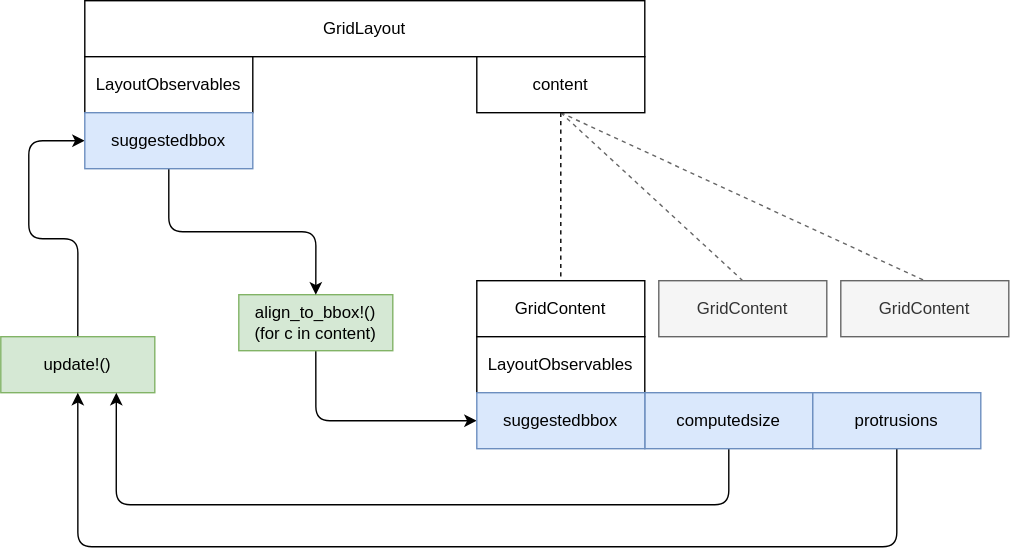
This is gridlayout_updates.drawio.svg from jkrumbiegel/GridLayoutBase.jl, a draw.io export, as it was before one commit. Source tidied: cells renumbered, new cells last; positions are measured from the earlier drawing's top-left corner, leaving out a move shared by most shapes. The source it was exported from:
```xml
<mxGraphModel>
  <root>
    <mxCell id="0" />
    <mxCell id="1" parent="0" />
    <mxCell id="2" value="GridLayout" style="rounded=0;whiteSpace=wrap;html=1;" parent="1" vertex="1">
      <mxGeometry x="60" width="400" height="40" as="geometry" />
    </mxCell>
    <mxCell id="3" style="edgeStyle=orthogonalEdgeStyle;html=1;exitX=0.5;exitY=0;exitDx=0;exitDy=0;entryX=0;entryY=0.5;entryDx=0;entryDy=0;" parent="1" edge="1" source="4" target="19">
      <mxGeometry relative="1" as="geometry">
        <Array as="points">
          <mxPoint x="55" y="170" />
          <mxPoint x="20" y="170" />
          <mxPoint x="20" y="100" />
        </Array>
      </mxGeometry>
    </mxCell>
    <mxCell id="4" value="update!()" style="rounded=0;whiteSpace=wrap;html=1;fillColor=#d5e8d4;strokeColor=#82b366;" parent="1" vertex="1">
      <mxGeometry y="240" width="110" height="40" as="geometry" />
    </mxCell>
    <mxCell id="5" value="LayoutObservables" style="rounded=0;whiteSpace=wrap;html=1;" parent="1" vertex="1">
      <mxGeometry x="60" y="40" width="120" height="40" as="geometry" />
    </mxCell>
    <mxCell id="6" style="edgeStyle=orthogonalEdgeStyle;html=1;exitX=0.5;exitY=1;exitDx=0;exitDy=0;entryX=0;entryY=0.5;entryDx=0;entryDy=0;" parent="1" edge="1" source="7" target="20">
      <mxGeometry relative="1" as="geometry" />
    </mxCell>
    <mxCell id="7" value="align_to_bbox!()&lt;br&gt;(for c in content)" style="rounded=0;whiteSpace=wrap;html=1;fillColor=#d5e8d4;strokeColor=#82b366;" parent="1" vertex="1">
      <mxGeometry x="170" y="210" width="110" height="40" as="geometry" />
    </mxCell>
    <mxCell id="8" style="html=1;exitX=0.5;exitY=1;exitDx=0;exitDy=0;endArrow=none;endFill=0;dashed=1;" parent="1" edge="1" source="11" target="13">
      <mxGeometry relative="1" as="geometry" />
    </mxCell>
    <mxCell id="9" style="html=1;exitX=0.5;exitY=1;exitDx=0;exitDy=0;entryX=0.5;entryY=0;entryDx=0;entryDy=0;endArrow=none;endFill=0;fillColor=#f5f5f5;strokeColor=#666666;dashed=1;" parent="1" edge="1" source="11" target="21">
      <mxGeometry relative="1" as="geometry" />
    </mxCell>
    <mxCell id="10" style="html=1;exitX=0.5;exitY=1;exitDx=0;exitDy=0;entryX=0.5;entryY=0;entryDx=0;entryDy=0;endArrow=none;endFill=0;fillColor=#f5f5f5;strokeColor=#666666;dashed=1;" parent="1" edge="1" source="11" target="22">
      <mxGeometry relative="1" as="geometry" />
    </mxCell>
    <mxCell id="11" value="content" style="rounded=0;whiteSpace=wrap;html=1;" parent="1" vertex="1">
      <mxGeometry x="340" y="40" width="120" height="40" as="geometry" />
    </mxCell>
    <mxCell id="12" style="edgeStyle=orthogonalEdgeStyle;html=1;exitX=0.5;exitY=1;exitDx=0;exitDy=0;entryX=0.75;entryY=1;entryDx=0;entryDy=0;" parent="1" edge="1" source="15" target="4">
      <mxGeometry relative="1" as="geometry">
        <Array as="points">
          <mxPoint x="520" y="360" />
          <mxPoint x="83" y="360" />
        </Array>
      </mxGeometry>
    </mxCell>
    <mxCell id="13" value="GridContent" style="rounded=0;whiteSpace=wrap;html=1;" parent="1" vertex="1">
      <mxGeometry x="340" y="200" width="120" height="40" as="geometry" />
    </mxCell>
    <mxCell id="14" value="LayoutObservables" style="rounded=0;whiteSpace=wrap;html=1;" parent="1" vertex="1">
      <mxGeometry x="340" y="240" width="120" height="40" as="geometry" />
    </mxCell>
    <mxCell id="15" value="computedsize" style="rounded=0;whiteSpace=wrap;html=1;fillColor=#dae8fc;strokeColor=#6c8ebf;" parent="1" vertex="1">
      <mxGeometry x="460" y="280" width="120" height="40" as="geometry" />
    </mxCell>
    <mxCell id="16" style="edgeStyle=orthogonalEdgeStyle;html=1;exitX=0.5;exitY=1;exitDx=0;exitDy=0;entryX=0.5;entryY=1;entryDx=0;entryDy=0;" parent="1" edge="1" source="17" target="4">
      <mxGeometry relative="1" as="geometry">
        <Array as="points">
          <mxPoint x="640" y="390" />
          <mxPoint x="55" y="390" />
        </Array>
      </mxGeometry>
    </mxCell>
    <mxCell id="17" value="protrusions" style="rounded=0;whiteSpace=wrap;html=1;fillColor=#dae8fc;strokeColor=#6c8ebf;" parent="1" vertex="1">
      <mxGeometry x="580" y="280" width="120" height="40" as="geometry" />
    </mxCell>
    <mxCell id="18" style="edgeStyle=orthogonalEdgeStyle;html=1;exitX=0.5;exitY=1;exitDx=0;exitDy=0;entryX=0.5;entryY=0;entryDx=0;entryDy=0;" parent="1" edge="1" source="19" target="7">
      <mxGeometry relative="1" as="geometry" />
    </mxCell>
    <mxCell id="19" value="suggestedbbox" style="rounded=0;whiteSpace=wrap;html=1;fillColor=#dae8fc;strokeColor=#6c8ebf;" parent="1" vertex="1">
      <mxGeometry x="60" y="80" width="120" height="40" as="geometry" />
    </mxCell>
    <mxCell id="20" value="suggestedbbox" style="rounded=0;whiteSpace=wrap;html=1;fillColor=#dae8fc;strokeColor=#6c8ebf;" parent="1" vertex="1">
      <mxGeometry x="340" y="280" width="120" height="40" as="geometry" />
    </mxCell>
    <mxCell id="21" value="GridContent" style="rounded=0;whiteSpace=wrap;html=1;fillColor=#f5f5f5;fontColor=#333333;strokeColor=#666666;" parent="1" vertex="1">
      <mxGeometry x="470" y="200" width="120" height="40" as="geometry" />
    </mxCell>
    <mxCell id="22" value="GridContent" style="rounded=0;whiteSpace=wrap;html=1;fillColor=#f5f5f5;fontColor=#333333;strokeColor=#666666;" parent="1" vertex="1">
      <mxGeometry x="600" y="200" width="120" height="40" as="geometry" />
    </mxCell>
  </root>
</mxGraphModel>
```
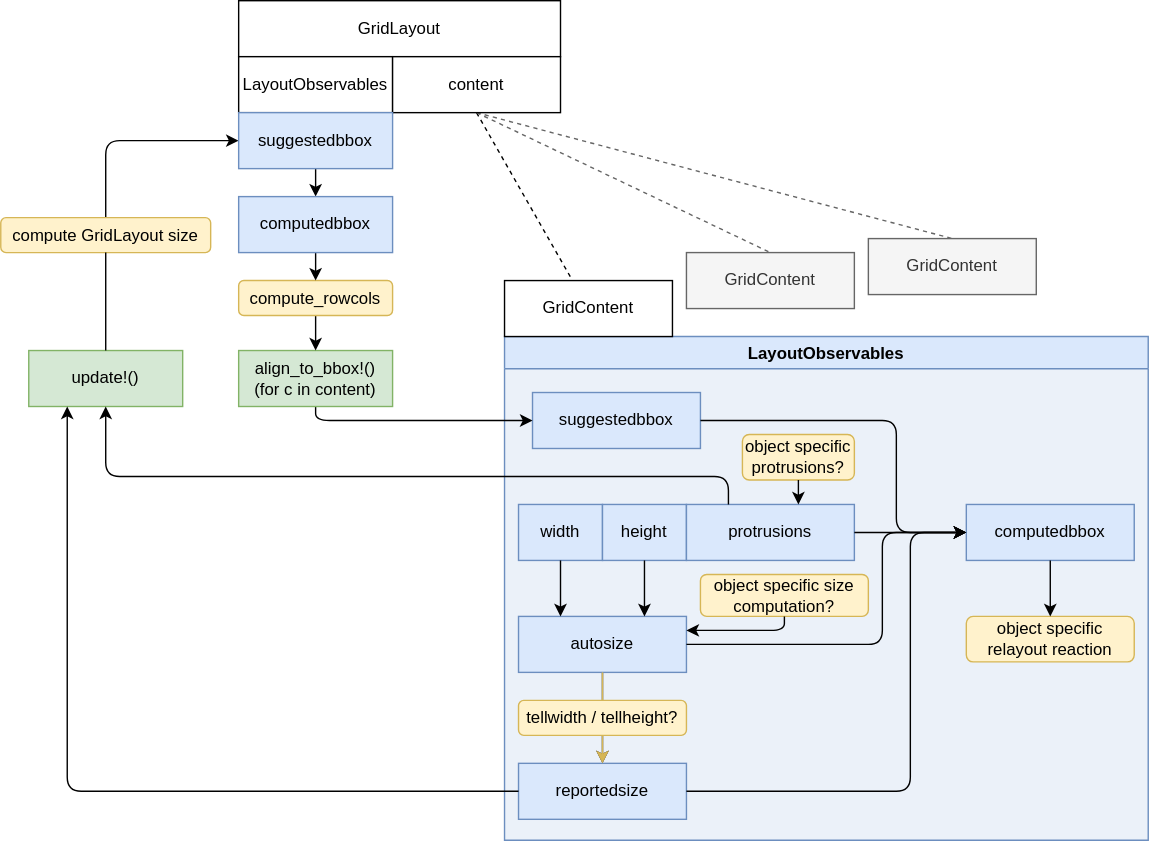
After the change.

What changed in the source:
```diff
@@ -2,29 +2,117 @@
   <root>
     <mxCell id="0" />
     <mxCell id="1" parent="0" />
+    <mxCell id="14" value="LayoutObservables" style="swimlane;fillColor=#dae8fc;strokeColor=#6c8ebf;swimlaneFillColor=#EBF1F9;" parent="1" vertex="1">
+      <mxGeometry x="340" y="240" width="460" height="360" as="geometry" />
+    </mxCell>
+    <mxCell id="20" value="suggestedbbox" style="rounded=0;whiteSpace=wrap;html=1;fillColor=#dae8fc;strokeColor=#6c8ebf;" parent="14" vertex="1">
+      <mxGeometry x="20" y="40" width="120" height="40" as="geometry" />
+    </mxCell>
+    <mxCell id="23" value="object specific protrusions?" style="rounded=1;whiteSpace=wrap;html=1;fillColor=#fff2cc;strokeColor=#d6b656;" parent="14" vertex="1">
+      <mxGeometry x="170" y="70" width="80" height="32.5" as="geometry" />
+    </mxCell>
+    <mxCell id="24" value="width" style="rounded=0;whiteSpace=wrap;html=1;fillColor=#dae8fc;strokeColor=#6c8ebf;" parent="14" vertex="1">
+      <mxGeometry x="10" y="120" width="60" height="40" as="geometry" />
+    </mxCell>
+    <mxCell id="25" value="height" style="rounded=0;whiteSpace=wrap;html=1;fillColor=#dae8fc;strokeColor=#6c8ebf;" parent="14" vertex="1">
+      <mxGeometry x="70" y="120" width="60" height="40" as="geometry" />
+    </mxCell>
+    <mxCell id="17" value="protrusions" style="rounded=0;whiteSpace=wrap;html=1;fillColor=#dae8fc;strokeColor=#6c8ebf;" parent="14" vertex="1">
+      <mxGeometry x="130" y="120" width="120" height="40" as="geometry" />
+    </mxCell>
+    <mxCell id="26" value="object specific size computation?" style="rounded=1;whiteSpace=wrap;html=1;fillColor=#fff2cc;strokeColor=#d6b656;" parent="14" vertex="1">
+      <mxGeometry x="140" y="170" width="120" height="30" as="geometry" />
+    </mxCell>
+    <mxCell id="27" style="edgeStyle=elbowEdgeStyle;html=1;" parent="14" edge="1" source="28" target="15">
+      <mxGeometry relative="1" as="geometry" />
+    </mxCell>
+    <mxCell id="28" value="autosize" style="rounded=0;whiteSpace=wrap;html=1;fillColor=#dae8fc;strokeColor=#6c8ebf;" parent="14" vertex="1">
+      <mxGeometry x="10" y="200" width="120" height="40" as="geometry" />
+    </mxCell>
+    <mxCell id="29" value="tellwidth / tellheight?" style="rounded=1;whiteSpace=wrap;html=1;fillColor=#fff2cc;strokeColor=#d6b656;" parent="14" vertex="1">
+      <mxGeometry x="10" y="260" width="120" height="25" as="geometry" />
+    </mxCell>
+    <mxCell id="15" value="reportedsize" style="rounded=0;whiteSpace=wrap;html=1;fillColor=#dae8fc;strokeColor=#6c8ebf;" parent="14" vertex="1">
+      <mxGeometry x="10" y="305" width="120" height="40" as="geometry" />
+    </mxCell>
+    <mxCell id="30" value="object specific relayout reaction" style="rounded=1;whiteSpace=wrap;html=1;fillColor=#fff2cc;strokeColor=#d6b656;" parent="14" vertex="1">
+      <mxGeometry x="330" y="200" width="120" height="32.5" as="geometry" />
+    </mxCell>
+    <mxCell id="31" value="computedbbox" style="whiteSpace=wrap;html=1;fillColor=#dae8fc;strokeColor=#6c8ebf;" parent="14" vertex="1">
+      <mxGeometry x="330" y="120" width="120" height="40" as="geometry" />
+    </mxCell>
+    <mxCell id="32" style="edgeStyle=elbowEdgeStyle;html=1;exitX=0.5;exitY=1;exitDx=0;exitDy=0;" parent="14" edge="1" source="23">
+      <mxGeometry relative="1" as="geometry">
+        <mxPoint x="210" y="120" as="targetPoint" />
+      </mxGeometry>
+    </mxCell>
+    <mxCell id="33" style="edgeStyle=none;html=1;entryX=0.25;entryY=0;entryDx=0;entryDy=0;" parent="14" edge="1" source="24" target="28">
+      <mxGeometry relative="1" as="geometry" />
+    </mxCell>
+    <mxCell id="34" style="edgeStyle=none;html=1;entryX=0.75;entryY=0;entryDx=0;entryDy=0;" parent="14" edge="1" source="25" target="28">
+      <mxGeometry relative="1" as="geometry" />
+    </mxCell>
+    <mxCell id="35" style="edgeStyle=elbowEdgeStyle;html=1;exitX=0.5;exitY=1;exitDx=0;exitDy=0;entryX=1;entryY=0.25;entryDx=0;entryDy=0;" parent="14" edge="1" source="26" target="28">
+      <mxGeometry relative="1" as="geometry">
+        <Array as="points">
+          <mxPoint x="200" y="210" />
+        </Array>
+      </mxGeometry>
+    </mxCell>
+    <mxCell id="36" style="edgeStyle=none;html=1;entryX=0.5;entryY=0;entryDx=0;entryDy=0;fillColor=#fff2cc;strokeColor=#d6b656;endArrow=none;" parent="14" edge="1" source="28" target="29">
+      <mxGeometry relative="1" as="geometry" />
+    </mxCell>
+    <mxCell id="37" style="edgeStyle=none;html=1;entryX=0.5;entryY=0;entryDx=0;entryDy=0;fillColor=#fff2cc;strokeColor=#d6b656;startArrow=none;" parent="14" edge="1" source="29" target="15">
+      <mxGeometry relative="1" as="geometry" />
+    </mxCell>
+    <mxCell id="38" style="edgeStyle=elbowEdgeStyle;html=1;exitX=1;exitY=0.5;exitDx=0;exitDy=0;entryX=0;entryY=0.5;entryDx=0;entryDy=0;" parent="14" edge="1" source="20" target="31">
+      <mxGeometry relative="1" as="geometry">
+        <Array as="points">
+          <mxPoint x="280" y="100" />
+        </Array>
+      </mxGeometry>
+    </mxCell>
+    <mxCell id="39" style="edgeStyle=elbowEdgeStyle;html=1;entryX=0;entryY=0.5;entryDx=0;entryDy=0;" parent="14" edge="1" source="28" target="31">
+      <mxGeometry relative="1" as="geometry">
+        <Array as="points">
+          <mxPoint x="270" y="180" />
+        </Array>
+      </mxGeometry>
+    </mxCell>
+    <mxCell id="40" style="edgeStyle=elbowEdgeStyle;html=1;exitX=1;exitY=0.5;exitDx=0;exitDy=0;entryX=0;entryY=0.5;entryDx=0;entryDy=0;" parent="14" edge="1" source="15" target="31">
+      <mxGeometry relative="1" as="geometry">
+        <Array as="points">
+          <mxPoint x="290" y="230" />
+        </Array>
+      </mxGeometry>
+    </mxCell>
+    <mxCell id="41" style="edgeStyle=elbowEdgeStyle;html=1;exitX=0.5;exitY=1;exitDx=0;exitDy=0;entryX=0.5;entryY=0;entryDx=0;entryDy=0;" parent="14" edge="1" source="31" target="30">
+      <mxGeometry relative="1" as="geometry" />
+    </mxCell>
+    <mxCell id="42" style="edgeStyle=elbowEdgeStyle;html=1;entryX=0;entryY=0.5;entryDx=0;entryDy=0;exitX=1;exitY=0.5;exitDx=0;exitDy=0;" parent="14" edge="1" source="17" target="31">
+      <mxGeometry relative="1" as="geometry" />
+    </mxCell>
     <mxCell id="2" value="GridLayout" style="rounded=0;whiteSpace=wrap;html=1;" parent="1" vertex="1">
-      <mxGeometry x="60" width="400" height="40" as="geometry" />
+      <mxGeometry x="150" width="230" height="40" as="geometry" />
     </mxCell>
-    <mxCell id="3" style="edgeStyle=orthogonalEdgeStyle;html=1;exitX=0.5;exitY=0;exitDx=0;exitDy=0;entryX=0;entryY=0.5;entryDx=0;entryDy=0;" parent="1" edge="1" source="4" target="19">
+    <mxCell id="3" style="edgeStyle=orthogonalEdgeStyle;html=1;exitX=0.5;exitY=0;exitDx=0;exitDy=0;entryX=0;entryY=0.5;entryDx=0;entryDy=0;startArrow=none;" parent="1" edge="1" source="44" target="19">
       <mxGeometry relative="1" as="geometry">
         <Array as="points">
-          <mxPoint x="55" y="170" />
-          <mxPoint x="20" y="170" />
-          <mxPoint x="20" y="100" />
+          <mxPoint x="55" y="100" />
         </Array>
       </mxGeometry>
     </mxCell>
     <mxCell id="4" value="update!()" style="rounded=0;whiteSpace=wrap;html=1;fillColor=#d5e8d4;strokeColor=#82b366;" parent="1" vertex="1">
-      <mxGeometry y="240" width="110" height="40" as="geometry" />
+      <mxGeometry y="250" width="110" height="40" as="geometry" />
     </mxCell>
     <mxCell id="5" value="LayoutObservables" style="rounded=0;whiteSpace=wrap;html=1;" parent="1" vertex="1">
-      <mxGeometry x="60" y="40" width="120" height="40" as="geometry" />
+      <mxGeometry x="150" y="40" width="110" height="40" as="geometry" />
     </mxCell>
     <mxCell id="6" style="edgeStyle=orthogonalEdgeStyle;html=1;exitX=0.5;exitY=1;exitDx=0;exitDy=0;entryX=0;entryY=0.5;entryDx=0;entryDy=0;" parent="1" edge="1" source="7" target="20">
       <mxGeometry relative="1" as="geometry" />
     </mxCell>
     <mxCell id="7" value="align_to_bbox!()&lt;br&gt;(for c in content)" style="rounded=0;whiteSpace=wrap;html=1;fillColor=#d5e8d4;strokeColor=#82b366;" parent="1" vertex="1">
-      <mxGeometry x="170" y="210" width="110" height="40" as="geometry" />
+      <mxGeometry x="150" y="250" width="110" height="40" as="geometry" />
     </mxCell>
     <mxCell id="8" style="html=1;exitX=0.5;exitY=1;exitDx=0;exitDy=0;endArrow=none;endFill=0;dashed=1;" parent="1" edge="1" source="11" target="13">
       <mxGeometry relative="1" as="geometry" />
@@ -36,50 +124,55 @@
       <mxGeometry relative="1" as="geometry" />
     </mxCell>
     <mxCell id="11" value="content" style="rounded=0;whiteSpace=wrap;html=1;" parent="1" vertex="1">
-      <mxGeometry x="340" y="40" width="120" height="40" as="geometry" />
+      <mxGeometry x="260" y="40" width="120" height="40" as="geometry" />
     </mxCell>
-    <mxCell id="12" style="edgeStyle=orthogonalEdgeStyle;html=1;exitX=0.5;exitY=1;exitDx=0;exitDy=0;entryX=0.75;entryY=1;entryDx=0;entryDy=0;" parent="1" edge="1" source="15" target="4">
+    <mxCell id="12" style="edgeStyle=orthogonalEdgeStyle;html=1;exitX=0;exitY=0.5;exitDx=0;exitDy=0;entryX=0.25;entryY=1;entryDx=0;entryDy=0;" parent="1" edge="1" source="15" target="4">
       <mxGeometry relative="1" as="geometry">
         <Array as="points">
-          <mxPoint x="520" y="360" />
-          <mxPoint x="83" y="360" />
+          <mxPoint x="28" y="565" />
         </Array>
       </mxGeometry>
     </mxCell>
     <mxCell id="13" value="GridContent" style="rounded=0;whiteSpace=wrap;html=1;" parent="1" vertex="1">
       <mxGeometry x="340" y="200" width="120" height="40" as="geometry" />
     </mxCell>
-    <mxCell id="14" value="LayoutObservables" style="rounded=0;whiteSpace=wrap;html=1;" parent="1" vertex="1">
-      <mxGeometry x="340" y="240" width="120" height="40" as="geometry" />
-    </mxCell>
-    <mxCell id="15" value="computedsize" style="rounded=0;whiteSpace=wrap;html=1;fillColor=#dae8fc;strokeColor=#6c8ebf;" parent="1" vertex="1">
-      <mxGeometry x="460" y="280" width="120" height="40" as="geometry" />
-    </mxCell>
-    <mxCell id="16" style="edgeStyle=orthogonalEdgeStyle;html=1;exitX=0.5;exitY=1;exitDx=0;exitDy=0;entryX=0.5;entryY=1;entryDx=0;entryDy=0;" parent="1" edge="1" source="17" target="4">
+    <mxCell id="16" style="edgeStyle=orthogonalEdgeStyle;html=1;entryX=0.5;entryY=1;entryDx=0;entryDy=0;exitX=0.25;exitY=0;exitDx=0;exitDy=0;" parent="1" edge="1" source="17" target="4">
       <mxGeometry relative="1" as="geometry">
         <Array as="points">
-          <mxPoint x="640" y="390" />
-          <mxPoint x="55" y="390" />
+          <mxPoint x="500" y="340" />
+          <mxPoint x="55" y="340" />
         </Array>
       </mxGeometry>
     </mxCell>
-    <mxCell id="17" value="protrusions" style="rounded=0;whiteSpace=wrap;html=1;fillColor=#dae8fc;strokeColor=#6c8ebf;" parent="1" vertex="1">
-      <mxGeometry x="580" y="280" width="120" height="40" as="geometry" />
-    </mxCell>
-    <mxCell id="18" style="edgeStyle=orthogonalEdgeStyle;html=1;exitX=0.5;exitY=1;exitDx=0;exitDy=0;entryX=0.5;entryY=0;entryDx=0;entryDy=0;" parent="1" edge="1" source="19" target="7">
-      <mxGeometry relative="1" as="geometry" />
-    </mxCell>
+    <mxCell id="43" style="edgeStyle=elbowEdgeStyle;html=1;exitX=0.5;exitY=1;exitDx=0;exitDy=0;entryX=0.5;entryY=0;entryDx=0;entryDy=0;" parent="1" edge="1" source="19" target="49">
+      <mxGeometry relative="1" as="geometry" />
+    </mxCell>
     <mxCell id="19" value="suggestedbbox" style="rounded=0;whiteSpace=wrap;html=1;fillColor=#dae8fc;strokeColor=#6c8ebf;" parent="1" vertex="1">
-      <mxGeometry x="60" y="80" width="120" height="40" as="geometry" />
+      <mxGeometry x="150" y="80" width="110" height="40" as="geometry" />
     </mxCell>
-    <mxCell id="20" value="suggestedbbox" style="rounded=0;whiteSpace=wrap;html=1;fillColor=#dae8fc;strokeColor=#6c8ebf;" parent="1" vertex="1">
-      <mxGeometry x="340" y="280" width="120" height="40" as="geometry" />
-    </mxCell>
     <mxCell id="21" value="GridContent" style="rounded=0;whiteSpace=wrap;html=1;fillColor=#f5f5f5;fontColor=#333333;strokeColor=#666666;" parent="1" vertex="1">
-      <mxGeometry x="470" y="200" width="120" height="40" as="geometry" />
+      <mxGeometry x="470" y="180" width="120" height="40" as="geometry" />
     </mxCell>
     <mxCell id="22" value="GridContent" style="rounded=0;whiteSpace=wrap;html=1;fillColor=#f5f5f5;fontColor=#333333;strokeColor=#666666;" parent="1" vertex="1">
-      <mxGeometry x="600" y="200" width="120" height="40" as="geometry" />
+      <mxGeometry x="600" y="170" width="120" height="40" as="geometry" />
     </mxCell>
+    <mxCell id="44" value="compute GridLayout size" style="rounded=1;whiteSpace=wrap;html=1;fillColor=#fff2cc;strokeColor=#d6b656;" parent="1" vertex="1">
+      <mxGeometry x="-20" y="155" width="150" height="25" as="geometry" />
+    </mxCell>
+    <mxCell id="45" style="edgeStyle=orthogonalEdgeStyle;html=1;exitX=0.5;exitY=0;exitDx=0;exitDy=0;entryX=0.5;entryY=1;entryDx=0;entryDy=0;endArrow=none;" parent="1" edge="1" source="4" target="44">
+      <mxGeometry relative="1" as="geometry" />
+    </mxCell>
+    <mxCell id="46" style="edgeStyle=elbowEdgeStyle;html=1;exitX=0.5;exitY=1;exitDx=0;exitDy=0;entryX=0.5;entryY=0;entryDx=0;entryDy=0;" parent="1" edge="1" source="47" target="7">
+      <mxGeometry relative="1" as="geometry" />
+    </mxCell>
+    <mxCell id="47" value="compute_rowcols" style="rounded=1;whiteSpace=wrap;html=1;fillColor=#fff2cc;strokeColor=#d6b656;" parent="1" vertex="1">
+      <mxGeometry x="150" y="200" width="110" height="25" as="geometry" />
+    </mxCell>
+    <mxCell id="48" style="edgeStyle=elbowEdgeStyle;html=1;exitX=0.5;exitY=1;exitDx=0;exitDy=0;entryX=0.5;entryY=0;entryDx=0;entryDy=0;" parent="1" edge="1" source="49" target="47">
+      <mxGeometry relative="1" as="geometry" />
+    </mxCell>
+    <mxCell id="49" value="computedbbox" style="rounded=0;whiteSpace=wrap;html=1;fillColor=#dae8fc;strokeColor=#6c8ebf;" parent="1" vertex="1">
+      <mxGeometry x="150" y="140" width="110" height="40" as="geometry" />
+    </mxCell>
   </root>
 </mxGraphModel>
```
